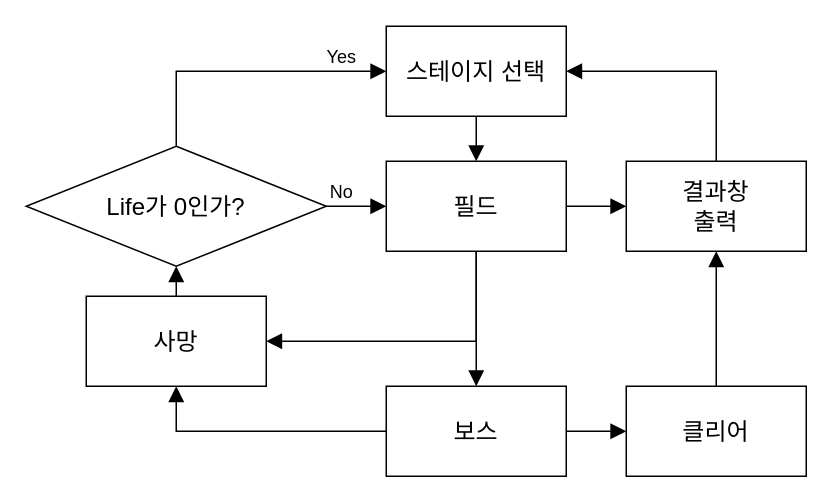
The draw.io diagram Capstone_Ato.drawio in hu4nana/ClassIdeas, before the edit. Source tidied: cells renumbered, new cells numbered last; positions are measured from the earlier drawing's top-left corner, leaving out a move shared by most shapes. Both pictures are drawn from the tidied source at 150%, with x=0, y=0 at pixel (26, 26).
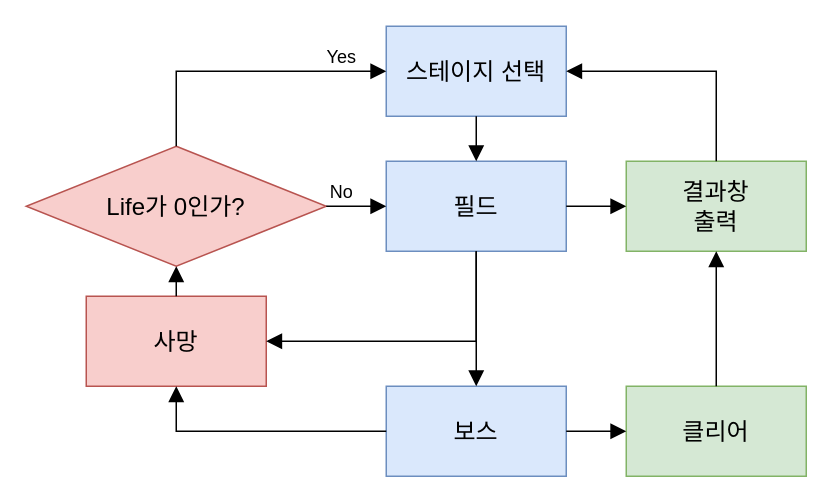
Above is the later version.

The edit, as a diff of the source:
```diff
@@
-    <mxCell id="2" value="스테이지 선택" style="rounded=0;whiteSpace=wrap;html=1;fontSize=16;" parent="1" vertex="1">
+    <mxCell id="2" value="스테이지 선택" style="rounded=0;whiteSpace=wrap;html=1;fontSize=16;fillColor=#dae8fc;strokeColor=#6c8ebf;" parent="1" vertex="1">
       <mxGeometry x="240" width="120" height="60" as="geometry" />
     </mxCell>
-    <mxCell id="3" value="필드" style="rounded=0;whiteSpace=wrap;html=1;fontSize=16;" parent="1" vertex="1">
+    <mxCell id="3" value="필드" style="rounded=0;whiteSpace=wrap;html=1;fontSize=16;fillColor=#dae8fc;strokeColor=#6c8ebf;" parent="1" vertex="1">
       <mxGeometry x="240" y="90" width="120" height="60" as="geometry" />
     </mxCell>
-    <mxCell id="4" value="보스" style="rounded=0;whiteSpace=wrap;html=1;fontSize=16;" parent="1" vertex="1">
+    <mxCell id="4" value="보스" style="rounded=0;whiteSpace=wrap;html=1;fontSize=16;fillColor=#dae8fc;strokeColor=#6c8ebf;" parent="1" vertex="1">
       <mxGeometry x="240" y="240" width="120" height="60" as="geometry" />
     </mxCell>
-    <mxCell id="5" value="Life가 0인가?" style="rhombus;whiteSpace=wrap;html=1;fontSize=16;" parent="1" vertex="1">
+    <mxCell id="5" value="Life가 0인가?" style="rhombus;whiteSpace=wrap;html=1;fontSize=16;fillColor=#f8cecc;strokeColor=#b85450;" parent="1" vertex="1">
       <mxGeometry y="80" width="200" height="80" as="geometry" />
     </mxCell>
-    <mxCell id="6" value="사망" style="rounded=0;whiteSpace=wrap;html=1;fontSize=16;" parent="1" vertex="1">
+    <mxCell id="6" value="사망" style="rounded=0;whiteSpace=wrap;html=1;fontSize=16;fillColor=#f8cecc;strokeColor=#b85450;" parent="1" vertex="1">
       <mxGeometry x="40" y="180" width="120" height="60" as="geometry" />
     </mxCell>
@@
-    <mxCell id="14" value="클리어" style="rounded=0;whiteSpace=wrap;html=1;fontSize=16;" parent="1" vertex="1">
+    <mxCell id="14" value="클리어" style="rounded=0;whiteSpace=wrap;html=1;fontSize=16;fillColor=#d5e8d4;strokeColor=#82b366;" parent="1" vertex="1">
       <mxGeometry x="400" y="240" width="120" height="60" as="geometry" />
     </mxCell>
-    <mxCell id="15" value="결과창&lt;br&gt;출력" style="rounded=0;whiteSpace=wrap;html=1;fontSize=16;" parent="1" vertex="1">
+    <mxCell id="15" value="결과창&lt;br&gt;출력" style="rounded=0;whiteSpace=wrap;html=1;fontSize=16;fillColor=#d5e8d4;strokeColor=#82b366;" parent="1" vertex="1">
       <mxGeometry x="400" y="90" width="120" height="60" as="geometry" />
     </mxCell>
```
